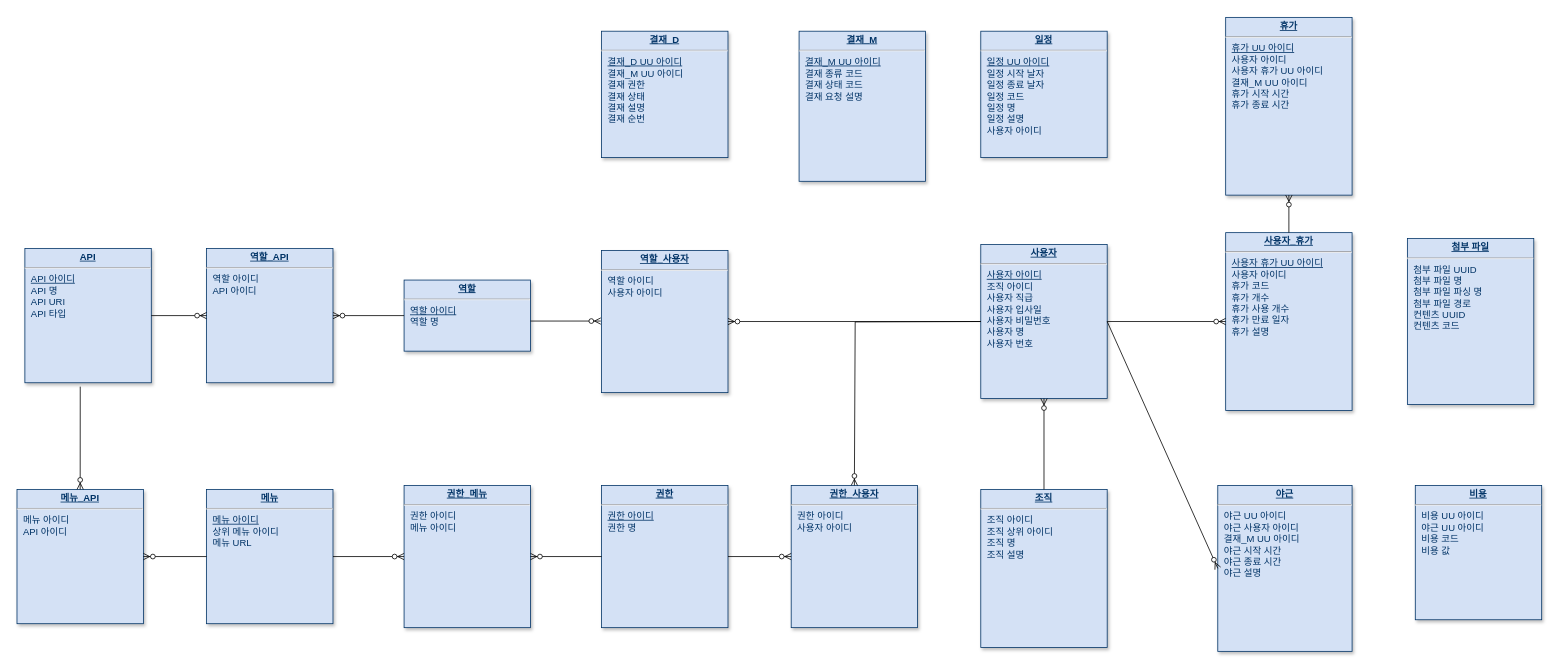
hgbgrq/hrm keeps this draw.io diagram as 설계서/hrmDb.drawio. Above is the earlier version. Source tidied: cells renumbered, new cells numbered last; positions are measured from the earlier drawing's top-left corner, leaving out a move shared by most shapes. Both pictures are drawn from the tidied source at 79%, with x=0, y=0 at pixel (17, 17).
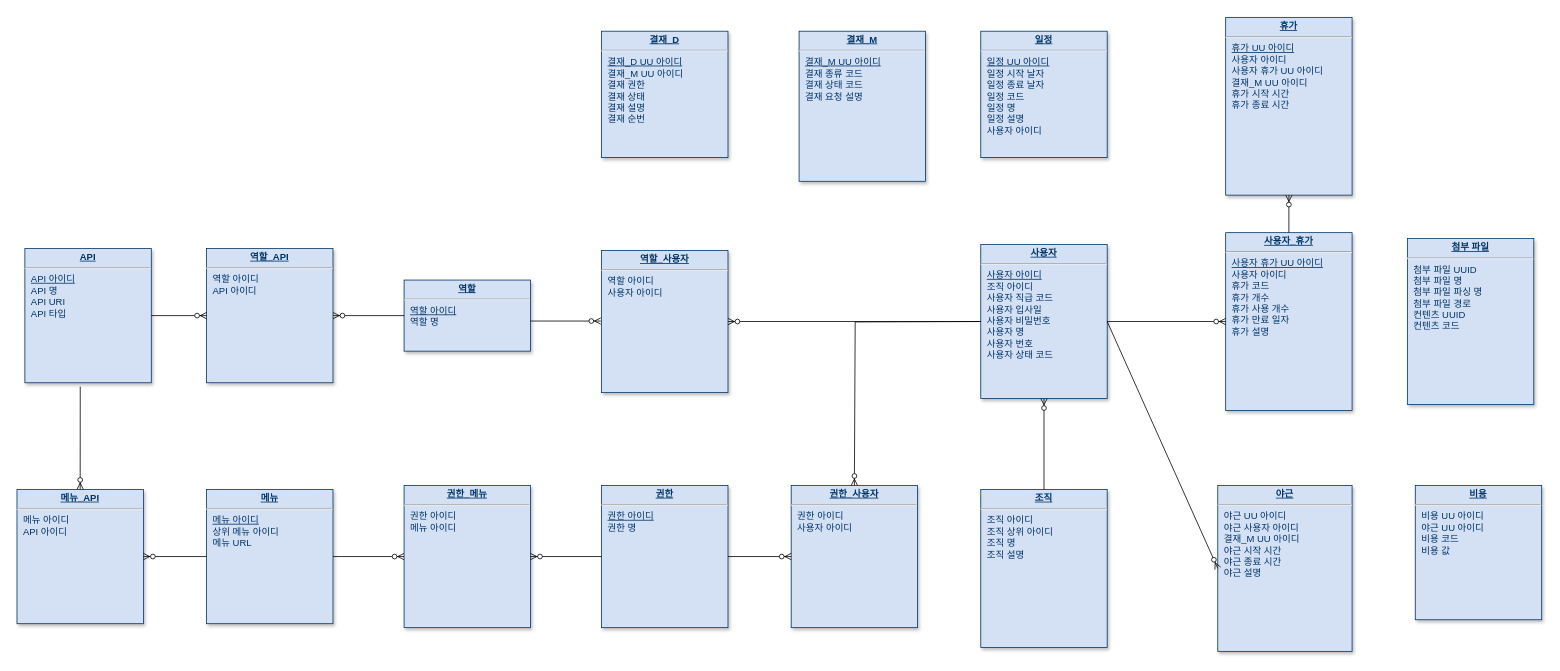
The same diagram, later.

Change to the diagram source:
```diff
@@
-    <mxCell id="2" value="&lt;p style=&quot;margin: 0px; margin-top: 4px; text-align: center; text-decoration: underline;&quot;&gt;&lt;b&gt;사용자&lt;/b&gt;&lt;/p&gt;&lt;hr&gt;&lt;p style=&quot;margin: 0px; margin-left: 8px;&quot;&gt;&lt;u&gt;사용자 아이디&lt;/u&gt;&lt;/p&gt;&lt;p style=&quot;margin: 0px; margin-left: 8px;&quot;&gt;조직 아이디&lt;br&gt;사용자 직급&lt;/p&gt;&lt;p style=&quot;margin: 0px; margin-left: 8px;&quot;&gt;사용자 입사일&lt;/p&gt;&lt;p style=&quot;margin: 0px; margin-left: 8px;&quot;&gt;사용자 비밀번호&lt;/p&gt;&lt;p style=&quot;margin: 0px; margin-left: 8px;&quot;&gt;사용자 명&lt;/p&gt;&lt;p style=&quot;margin: 0px; margin-left: 8px;&quot;&gt;사용자 번호&lt;/p&gt;" style="verticalAlign=top;align=left;overflow=fill;fontSize=12;fontFamily=Helvetica;html=1;strokeColor=#003366;shadow=1;fillColor=#D4E1F5;fontColor=#003366;" parent="1" vertex="1">
+    <mxCell id="2" value="&lt;p style=&quot;margin: 0px; margin-top: 4px; text-align: center; text-decoration: underline;&quot;&gt;&lt;b&gt;사용자&lt;/b&gt;&lt;/p&gt;&lt;hr&gt;&lt;p style=&quot;margin: 0px; margin-left: 8px;&quot;&gt;&lt;u&gt;사용자 아이디&lt;/u&gt;&lt;/p&gt;&lt;p style=&quot;margin: 0px; margin-left: 8px;&quot;&gt;조직 아이디&lt;br&gt;사용자 직급 코드&lt;/p&gt;&lt;p style=&quot;margin: 0px; margin-left: 8px;&quot;&gt;사용자 입사일&lt;/p&gt;&lt;p style=&quot;margin: 0px; margin-left: 8px;&quot;&gt;사용자 비밀번호&lt;/p&gt;&lt;p style=&quot;margin: 0px; margin-left: 8px;&quot;&gt;사용자 명&lt;/p&gt;&lt;p style=&quot;margin: 0px; margin-left: 8px;&quot;&gt;사용자 번호&lt;/p&gt;&lt;p style=&quot;margin: 0px; margin-left: 8px;&quot;&gt;사용자 상태 코드&lt;/p&gt;&lt;p style=&quot;margin: 0px; margin-left: 8px;&quot;&gt;&lt;br&gt;&lt;/p&gt;" style="verticalAlign=top;align=left;overflow=fill;fontSize=12;fontFamily=Helvetica;html=1;strokeColor=#003366;shadow=1;fillColor=#D4E1F5;fontColor=#003366;" parent="1" vertex="1">
       <mxGeometry x="1220" y="288" width="160" height="195" as="geometry" />
     </mxCell>
```
